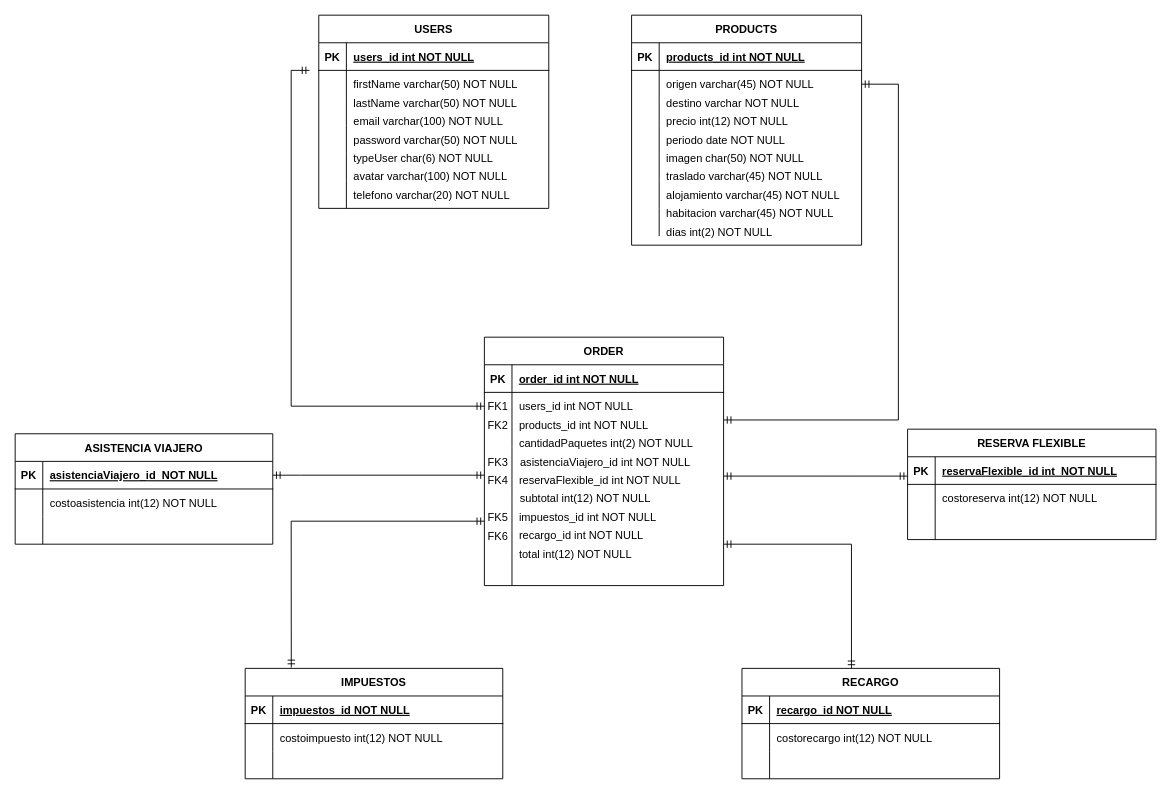
Earlier version of the draw.io diagram Diagrama E R proyecto.drawio (MateoBoutet/grupo_10_agencia_de_viajes). Source tidied: cells renumbered, new cells numbered last; positions are measured from the earlier drawing's top-left corner, leaving out a move shared by most shapes. Both pictures are drawn from the tidied source at 92%, with x=0, y=0 at pixel (15, 15).
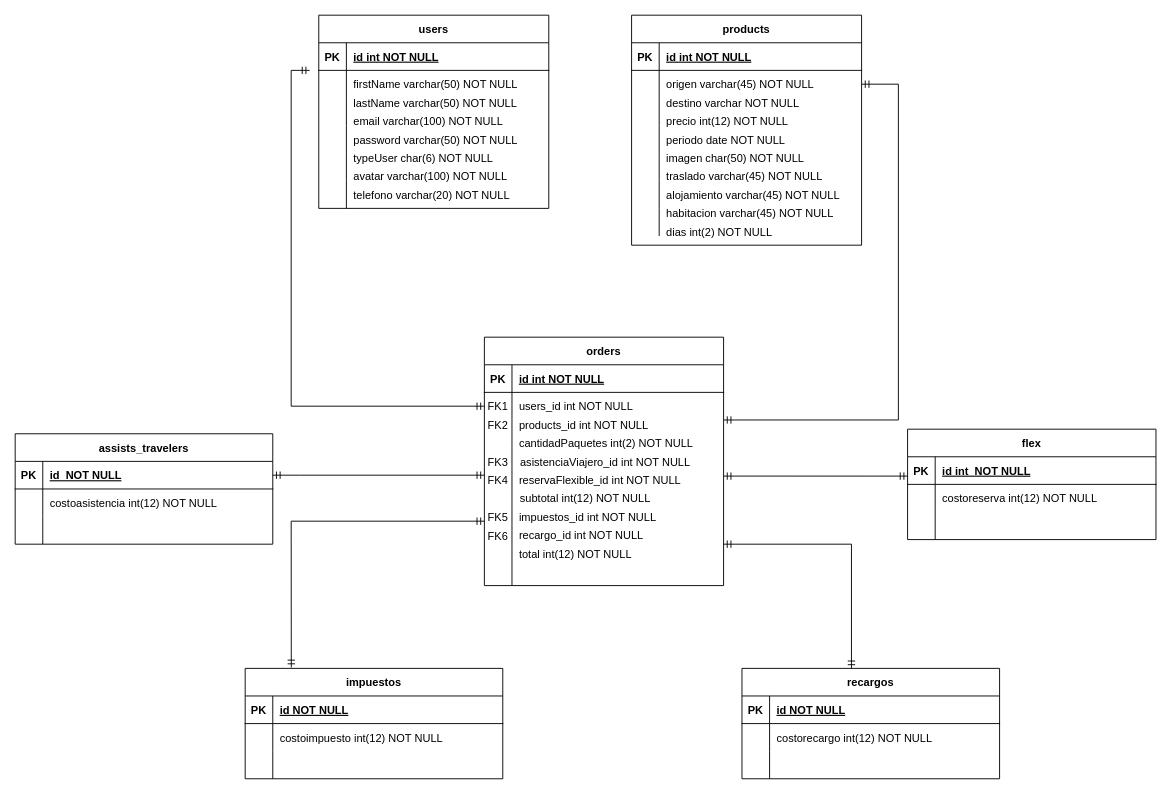
Above is the later version.

Commit message:
Se realizar correcciones en base a los puntos marcados por Guido (Minusculas, espacios, IDs, etc)

Unchanged cells that the change refers to:
```xml
<mxCell id="3" style="shape=partialRectangle;fillColor=none;top=0;left=0;right=0;bottom=1;" parent="2" vertex="1">
  <mxGeometry y="30" width="250" height="30" as="geometry" />
</mxCell>
<mxCell id="22" style="shape=partialRectangle;fillColor=none;top=0;left=0;right=0;bottom=1;" parent="21" vertex="1">
  <mxGeometry y="30" width="260" height="30" as="geometry" />
</mxCell>
<mxCell id="64" style="shape=partialRectangle;fillColor=none;top=0;left=0;right=0;bottom=1;" parent="63" vertex="1">
  <mxGeometry y="30" width="250" height="30" as="geometry" />
</mxCell>
<mxCell id="129" style="shape=partialRectangle;fillColor=none;top=0;left=0;right=0;bottom=1;" parent="128" vertex="1">
  <mxGeometry y="30" width="280" height="30" as="geometry" />
</mxCell>
<mxCell id="139" style="shape=partialRectangle;fillColor=none;top=0;left=0;right=0;bottom=1;" parent="138" vertex="1">
  <mxGeometry y="30" width="270" height="30" as="geometry" />
</mxCell>
<mxCell id="155" style="shape=partialRectangle;fillColor=none;points=[[0,0.5],[1,0.5]];portConstraint=eastwest;top=0;left=0;right=0;bottom=1;" parent="154" vertex="1">
  <mxGeometry y="30" width="280" height="30" as="geometry" />
</mxCell>
<mxCell id="166" style="shape=partialRectangle;fillColor=none;top=0;left=0;right=0;bottom=1;" parent="165" vertex="1">
  <mxGeometry y="30" width="280" height="30" as="geometry" />
</mxCell>
```

What changed in the source:
```diff
@@
-    <mxCell id="2" value="USERS" style="shape=table;startSize=30;childLayout=tableLayout;rowLines=0;fontStyle=1;align=center;" parent="1" vertex="1">
+    <mxCell id="2" value="users" style="shape=table;startSize=30;childLayout=tableLayout;rowLines=0;fontStyle=1;align=center;" parent="1" vertex="1">
       <mxGeometry x="330" width="250" height="210" as="geometry" />
     </mxCell>
@@
-    <mxCell id="5" value="users_id int NOT NULL " style="shape=partialRectangle;overflow=hidden;fillColor=none;top=0;left=0;bottom=0;right=0;align=left;spacingLeft=6;fontStyle=5;" parent="3" vertex="1">
+    <mxCell id="5" value="id int NOT NULL " style="shape=partialRectangle;overflow=hidden;fillColor=none;top=0;left=0;bottom=0;right=0;align=left;spacingLeft=6;fontStyle=5;" parent="3" vertex="1">
       <mxGeometry x="30" width="220" height="30" as="geometry" />
     </mxCell>
@@
-    <mxCell id="21" value="ORDER" style="shape=table;startSize=30;childLayout=tableLayout;rowLines=0;fontStyle=1;align=center;" parent="1" vertex="1">
+    <mxCell id="21" value="orders" style="shape=table;startSize=30;childLayout=tableLayout;rowLines=0;fontStyle=1;align=center;" parent="1" vertex="1">
       <mxGeometry x="510" y="350" width="260" height="270" as="geometry" />
     </mxCell>
@@
-    <mxCell id="24" value="order_id int NOT NULL " style="shape=partialRectangle;overflow=hidden;fillColor=none;top=0;left=0;bottom=0;right=0;align=left;spacingLeft=6;fontStyle=5;" parent="22" vertex="1">
+    <mxCell id="24" value="id int NOT NULL " style="shape=partialRectangle;overflow=hidden;fillColor=none;top=0;left=0;bottom=0;right=0;align=left;spacingLeft=6;fontStyle=5;" parent="22" vertex="1">
       <mxGeometry x="30" width="230" height="30" as="geometry" />
     </mxCell>
@@
-    <mxCell id="63" value="PRODUCTS" style="shape=table;startSize=30;childLayout=tableLayout;rowLines=0;fontStyle=1;align=center;" parent="1" vertex="1">
+    <mxCell id="63" value="products" style="shape=table;startSize=30;childLayout=tableLayout;rowLines=0;fontStyle=1;align=center;" parent="1" vertex="1">
       <mxGeometry x="670" width="250" height="250" as="geometry" />
     </mxCell>
@@
-    <mxCell id="66" value="products_id int NOT NULL " style="shape=partialRectangle;overflow=hidden;fillColor=none;top=0;left=0;bottom=0;right=0;align=left;spacingLeft=6;fontStyle=5;" parent="64" vertex="1">
+    <mxCell id="66" value="id int NOT NULL " style="shape=partialRectangle;overflow=hidden;fillColor=none;top=0;left=0;bottom=0;right=0;align=left;spacingLeft=6;fontStyle=5;" parent="64" vertex="1">
       <mxGeometry x="30" width="220" height="30" as="geometry" />
     </mxCell>
@@
-    <mxCell id="128" value="IMPUESTOS" style="shape=table;startSize=30;childLayout=tableLayout;rowLines=0;fontStyle=1;align=center;" parent="1" vertex="1">
+    <mxCell id="128" value="impuestos" style="shape=table;startSize=30;childLayout=tableLayout;rowLines=0;fontStyle=1;align=center;" parent="1" vertex="1">
       <mxGeometry x="250" y="710" width="280" height="120" as="geometry" />
     </mxCell>
@@
-    <mxCell id="131" value="impuestos_id NOT NULL " style="shape=partialRectangle;overflow=hidden;fillColor=none;top=0;left=0;bottom=0;right=0;align=left;spacingLeft=6;fontStyle=5;" parent="129" vertex="1">
+    <mxCell id="131" value="id NOT NULL " style="shape=partialRectangle;overflow=hidden;fillColor=none;top=0;left=0;bottom=0;right=0;align=left;spacingLeft=6;fontStyle=5;" parent="129" vertex="1">
       <mxGeometry x="30" width="250" height="30" as="geometry" />
     </mxCell>
@@
-    <mxCell id="138" value="RESERVA FLEXIBLE" style="shape=table;startSize=30;childLayout=tableLayout;rowLines=0;fontStyle=1;align=center;" parent="1" vertex="1">
+    <mxCell id="138" value="flex" style="shape=table;startSize=30;childLayout=tableLayout;rowLines=0;fontStyle=1;align=center;" parent="1" vertex="1">
       <mxGeometry x="970" y="450" width="270" height="120" as="geometry" />
     </mxCell>
@@
-    <mxCell id="141" value="reservaFlexible_id int  NOT NULL " style="shape=partialRectangle;overflow=hidden;fillColor=none;top=0;left=0;bottom=0;right=0;align=left;spacingLeft=6;fontStyle=5;" parent="139" vertex="1">
+    <mxCell id="141" value="id int  NOT NULL " style="shape=partialRectangle;overflow=hidden;fillColor=none;top=0;left=0;bottom=0;right=0;align=left;spacingLeft=6;fontStyle=5;" parent="139" vertex="1">
       <mxGeometry x="30" width="240" height="30" as="geometry" />
     </mxCell>
@@
-    <mxCell id="154" value="ASISTENCIA VIAJERO" style="shape=table;startSize=30;childLayout=tableLayout;rowLines=0;fontStyle=1;align=center;" parent="1" vertex="1">
+    <mxCell id="154" value="assists_travelers" style="shape=table;startSize=30;childLayout=tableLayout;rowLines=0;fontStyle=1;align=center;" parent="1" vertex="1">
       <mxGeometry y="455" width="280" height="120" as="geometry" />
     </mxCell>
@@
-    <mxCell id="157" value="asistenciaViajero_id  NOT NULL " style="shape=partialRectangle;overflow=hidden;fillColor=none;top=0;left=0;bottom=0;right=0;align=left;spacingLeft=6;fontStyle=5;" parent="155" vertex="1">
+    <mxCell id="157" value="id  NOT NULL " style="shape=partialRectangle;overflow=hidden;fillColor=none;top=0;left=0;bottom=0;right=0;align=left;spacingLeft=6;fontStyle=5;" parent="155" vertex="1">
       <mxGeometry x="30" width="250" height="30" as="geometry" />
     </mxCell>
@@
-    <mxCell id="165" value="RECARGO" style="shape=table;startSize=30;childLayout=tableLayout;rowLines=0;fontStyle=1;align=center;" parent="1" vertex="1">
+    <mxCell id="165" value="recargos" style="shape=table;startSize=30;childLayout=tableLayout;rowLines=0;fontStyle=1;align=center;" parent="1" vertex="1">
       <mxGeometry x="790" y="710" width="280" height="120" as="geometry" />
     </mxCell>
@@
-    <mxCell id="168" value="recargo_id NOT NULL " style="shape=partialRectangle;overflow=hidden;fillColor=none;top=0;left=0;bottom=0;right=0;align=left;spacingLeft=6;fontStyle=5;" parent="166" vertex="1">
+    <mxCell id="168" value="id NOT NULL " style="shape=partialRectangle;overflow=hidden;fillColor=none;top=0;left=0;bottom=0;right=0;align=left;spacingLeft=6;fontStyle=5;" parent="166" vertex="1">
       <mxGeometry x="30" width="250" height="30" as="geometry" />
     </mxCell>
```
